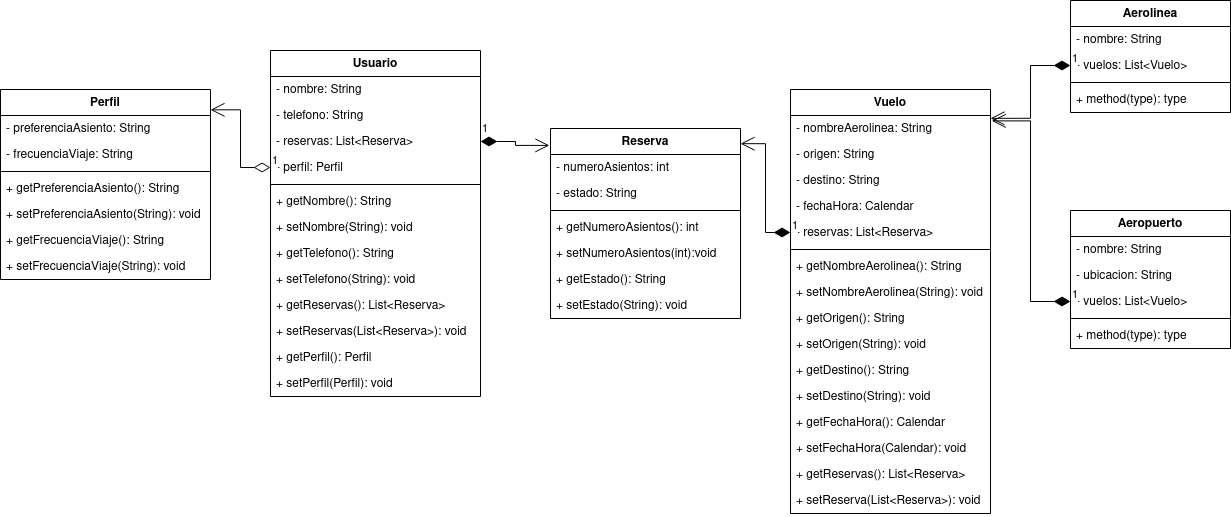
Before: ejercicio2/diagram/ejercicio2-maxi.png, a diagram exported from draw.io (mackstm/examen-ets). Source tidied: cells renumbered, new cells last; positions are measured from the earlier drawing's top-left corner, leaving out a move shared by most shapes.
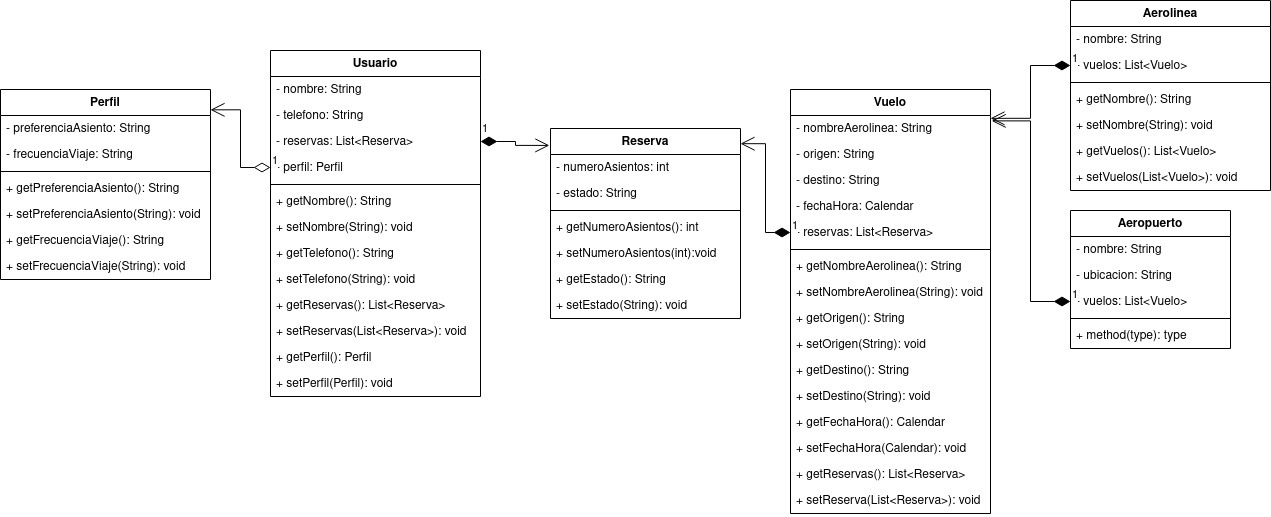
Later version of the same file.

The edit, as a diff of the source:
```diff
@@ -120,20 +120,29 @@
       <mxGeometry y="398" width="200" height="26" as="geometry" />
     </mxCell>
     <mxCell id="41" value="Aerolinea" style="swimlane;fontStyle=1;align=center;verticalAlign=top;horizontal=1;startSize=26;whiteSpace=wrap;html=1;" parent="1" vertex="1">
-      <mxGeometry x="1070" width="160" height="112" as="geometry" />
+      <mxGeometry x="1070" width="200" height="190" as="geometry" />
     </mxCell>
     <mxCell id="42" value="- nombre: String" style="text;strokeColor=none;fillColor=none;align=left;verticalAlign=top;spacingLeft=4;spacingRight=4;overflow=hidden;whiteSpace=wrap;html=1;" parent="41" vertex="1">
-      <mxGeometry y="26" width="160" height="26" as="geometry" />
+      <mxGeometry y="26" width="200" height="26" as="geometry" />
     </mxCell>
     <mxCell id="43" value="- vuelos: List&amp;lt;Vuelo&amp;gt;" style="text;strokeColor=none;fillColor=none;align=left;verticalAlign=top;spacingLeft=4;spacingRight=4;overflow=hidden;points=[[0,0.5],[1,0.5]];portConstraint=eastwest;whiteSpace=wrap;html=1;" parent="41" vertex="1">
-      <mxGeometry y="52" width="160" height="26" as="geometry" />
+      <mxGeometry y="52" width="200" height="26" as="geometry" />
     </mxCell>
     <mxCell id="44" style="line;strokeWidth=1;fillColor=none;align=left;verticalAlign=middle;spacingTop=-1;spacingLeft=3;spacingRight=3;labelPosition=right;strokeColor=inherit;" parent="41" vertex="1">
-      <mxGeometry y="78" width="160" height="8" as="geometry" />
+      <mxGeometry y="78" width="200" height="8" as="geometry" />
     </mxCell>
-    <mxCell id="45" value="+ method(type): type" style="text;strokeColor=none;fillColor=none;align=left;verticalAlign=top;spacingLeft=4;spacingRight=4;overflow=hidden;whiteSpace=wrap;html=1;" parent="41" vertex="1">
-      <mxGeometry y="86" width="160" height="26" as="geometry" />
+    <mxCell id="45" value="+ getNombre(): String" style="text;strokeColor=none;fillColor=none;align=left;verticalAlign=top;spacingLeft=4;spacingRight=4;overflow=hidden;whiteSpace=wrap;html=1;" parent="41" vertex="1">
+      <mxGeometry y="86" width="200" height="26" as="geometry" />
     </mxCell>
+    <mxCell id="65" value="+ setNombre(String): void" style="text;strokeColor=none;fillColor=none;align=left;verticalAlign=top;spacingLeft=4;spacingRight=4;overflow=hidden;whiteSpace=wrap;html=1;" parent="41" vertex="1">
+      <mxGeometry y="112" width="200" height="26" as="geometry" />
+    </mxCell>
+    <mxCell id="66" value="+ getVuelos(): List&amp;lt;Vuelo&amp;gt;" style="text;strokeColor=none;fillColor=none;align=left;verticalAlign=top;spacingLeft=4;spacingRight=4;overflow=hidden;whiteSpace=wrap;html=1;" parent="41" vertex="1">
+      <mxGeometry y="138" width="200" height="26" as="geometry" />
+    </mxCell>
+    <mxCell id="67" value="+ setVuelos(List&amp;lt;Vuelo&amp;gt;): void" style="text;strokeColor=none;fillColor=none;align=left;verticalAlign=top;spacingLeft=4;spacingRight=4;overflow=hidden;whiteSpace=wrap;html=1;" parent="41" vertex="1">
+      <mxGeometry y="164" width="200" height="26" as="geometry" />
+    </mxCell>
     <mxCell id="46" value="Aeropuerto" style="swimlane;fontStyle=1;align=center;verticalAlign=top;horizontal=1;startSize=26;whiteSpace=wrap;html=1;" parent="1" vertex="1">
       <mxGeometry x="1070" y="210" width="160" height="138" as="geometry" />
     </mxCell>
```
